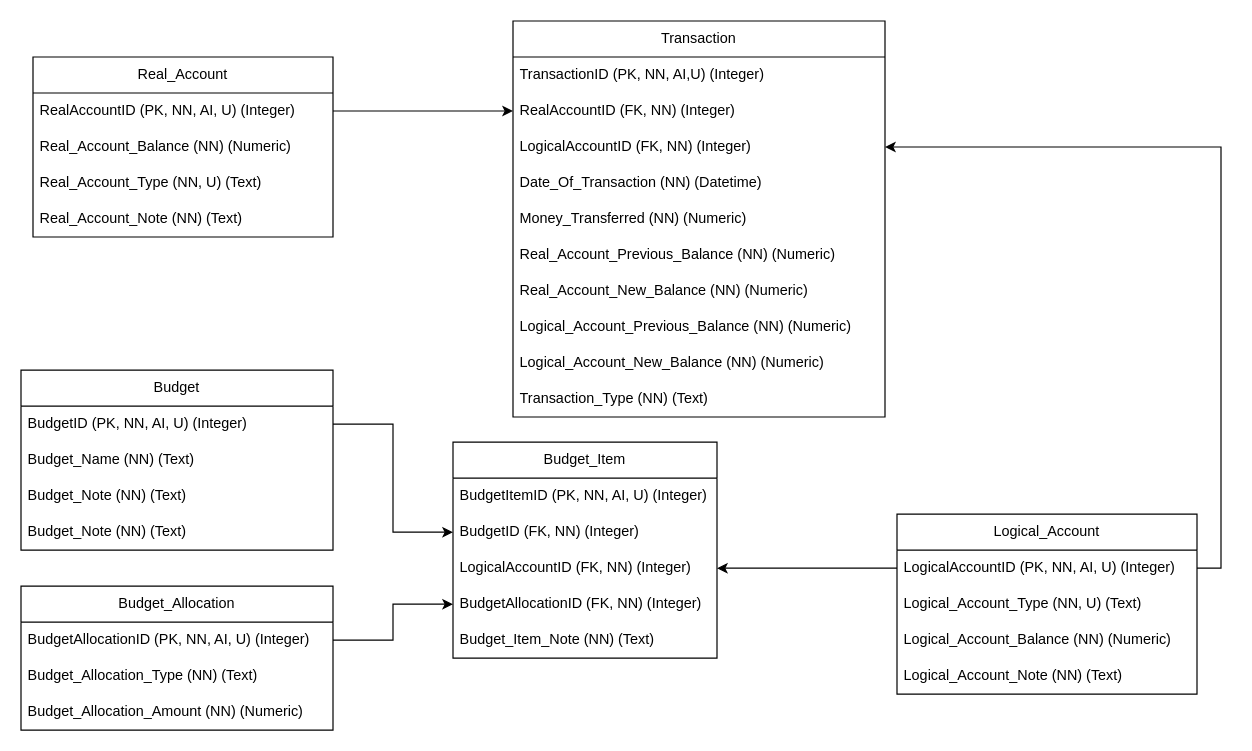
Before: page "Final Draft" (2 of 2) of ImprovedDatabaseDiagram.drawio in Trenton-Gibson/Python-Finance-Project, a draw.io diagram. Source tidied: cells renumbered, new cells numbered last; positions are measured from the earlier drawing's top-left corner, leaving out a move shared by most shapes. Both pictures are drawn from the tidied source at 120%, with x=0, y=0 at pixel (20, 20).
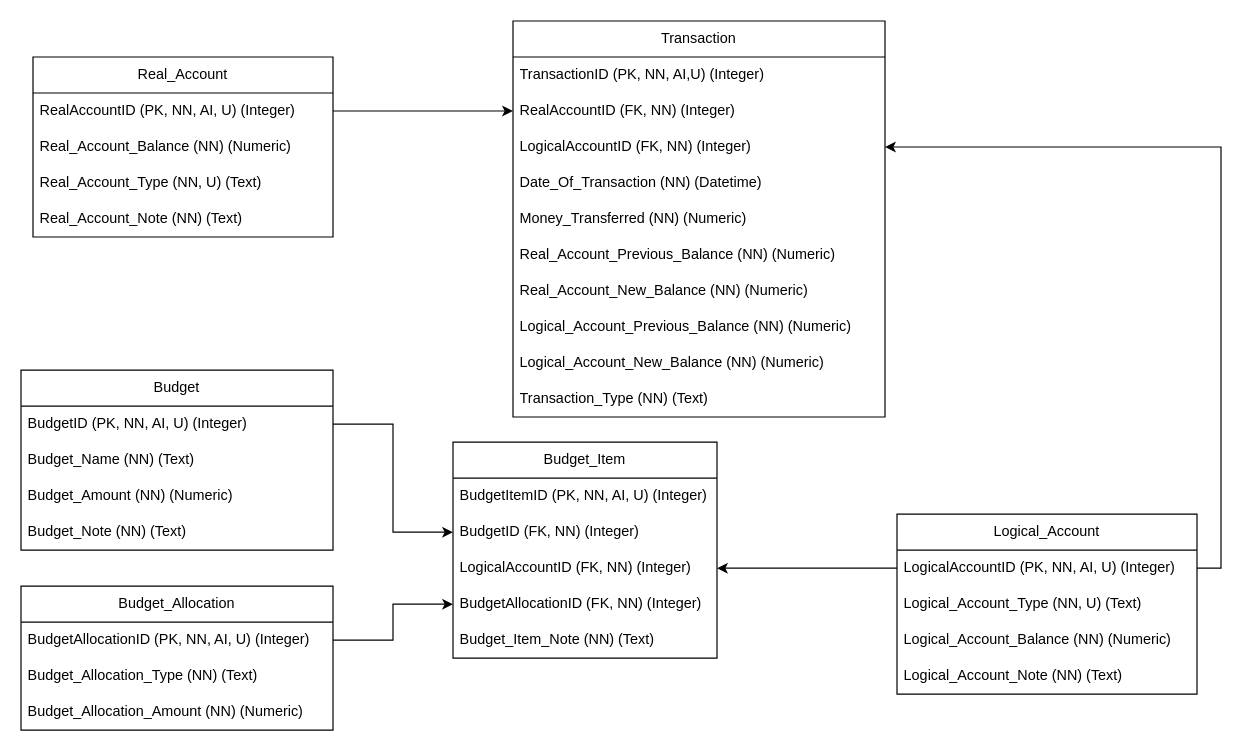
The same page after the edit.

The change refers to these unchanged cells:
```xml
<mxCell id="2" value="Budget" style="swimlane;fontStyle=0;horizontal=1;startSize=30;whiteSpace=wrap;html=1;" parent="1" vertex="1">
  <mxGeometry y="291" width="260" height="150" as="geometry" />
</mxCell>
```

What changed in the source:
```diff
@@
-    <mxCell id="5" value="Budget_Note (NN) (Text)" style="text;align=left;verticalAlign=middle;spacingLeft=4;spacingRight=4;overflow=hidden;whiteSpace=wrap;html=1;" parent="2" vertex="1">
+    <mxCell id="5" value="Budget_Amount (NN) (Numeric)" style="text;align=left;verticalAlign=middle;spacingLeft=4;spacingRight=4;overflow=hidden;whiteSpace=wrap;html=1;" parent="2" vertex="1">
       <mxGeometry y="90" width="260" height="30" as="geometry" />
     </mxCell>
```
